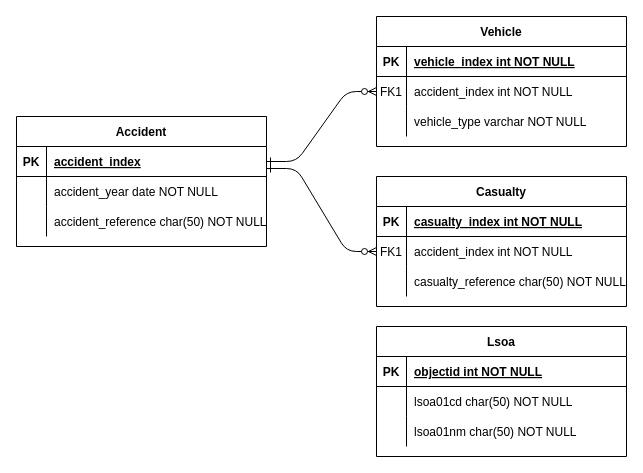
This is Untitled Diagram.drawio from Demmynile/Census-project, a draw.io file, before an edit. Source tidied: cells renumbered, new cells numbered last; positions are measured from the earlier drawing's top-left corner, leaving out a move shared by most shapes. Both pictures are drawn from the tidied source at 100%, with x=0, y=0 at pixel (16, 16).
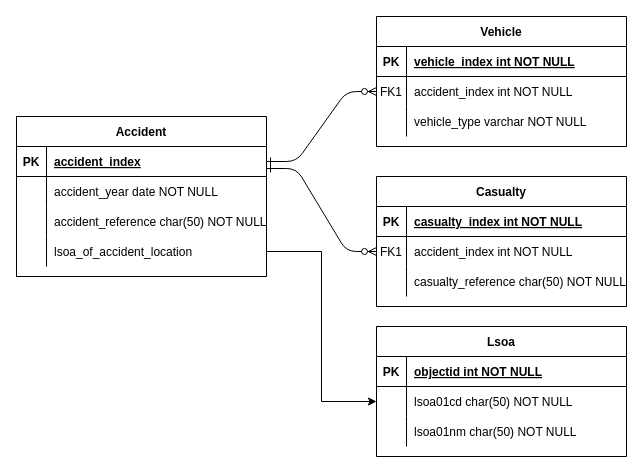
Above is the later version.

The change refers to these unchanged cells:
```xml
<mxCell id="27" style="shape=partialRectangle;fillColor=none;points=[[0,0.5],[1,0.5]];portConstraint=eastwest;top=0;left=0;right=0;bottom=0;" parent="23" vertex="1">
  <mxGeometry y="60" width="250" height="30" as="geometry" />
</mxCell>
```

Change to the diagram source:
```diff
@@
     <mxCell id="34" value="Accident" style="shape=table;startSize=30;childLayout=tableLayout;rowLines=0;fontStyle=1;align=center;" parent="1" vertex="1">
-      <mxGeometry y="100" width="250" height="130" as="geometry" />
+      <mxGeometry y="100" width="250" height="160" as="geometry" />
     </mxCell>
@@
+    <mxCell id="44" style="shape=partialRectangle;fillColor=none;points=[[0,0.5],[1,0.5]];portConstraint=eastwest;top=0;left=0;right=0;bottom=0;" parent="34" vertex="1">
+      <mxGeometry y="120" width="250" height="30" as="geometry" />
+    </mxCell>
+    <mxCell id="45" style="shape=partialRectangle;overflow=hidden;fillColor=none;top=0;left=0;bottom=0;right=0;verticalAlign=bottom;" parent="44" vertex="1">
+      <mxGeometry width="30" height="30" as="geometry" />
+    </mxCell>
+    <mxCell id="46" value="lsoa_of_accident_location" style="shape=partialRectangle;overflow=hidden;fillColor=none;top=0;left=0;bottom=0;right=0;align=left;spacingLeft=6;" parent="44" vertex="1">
+      <mxGeometry x="30" width="220" height="30" as="geometry" />
+    </mxCell>
+    <mxCell id="47" style="edgeStyle=orthogonalEdgeStyle;rounded=0;jettySize=auto;html=1;" parent="1" edge="1" source="44" target="27">
+      <mxGeometry relative="1" as="geometry" />
+    </mxCell>
```
